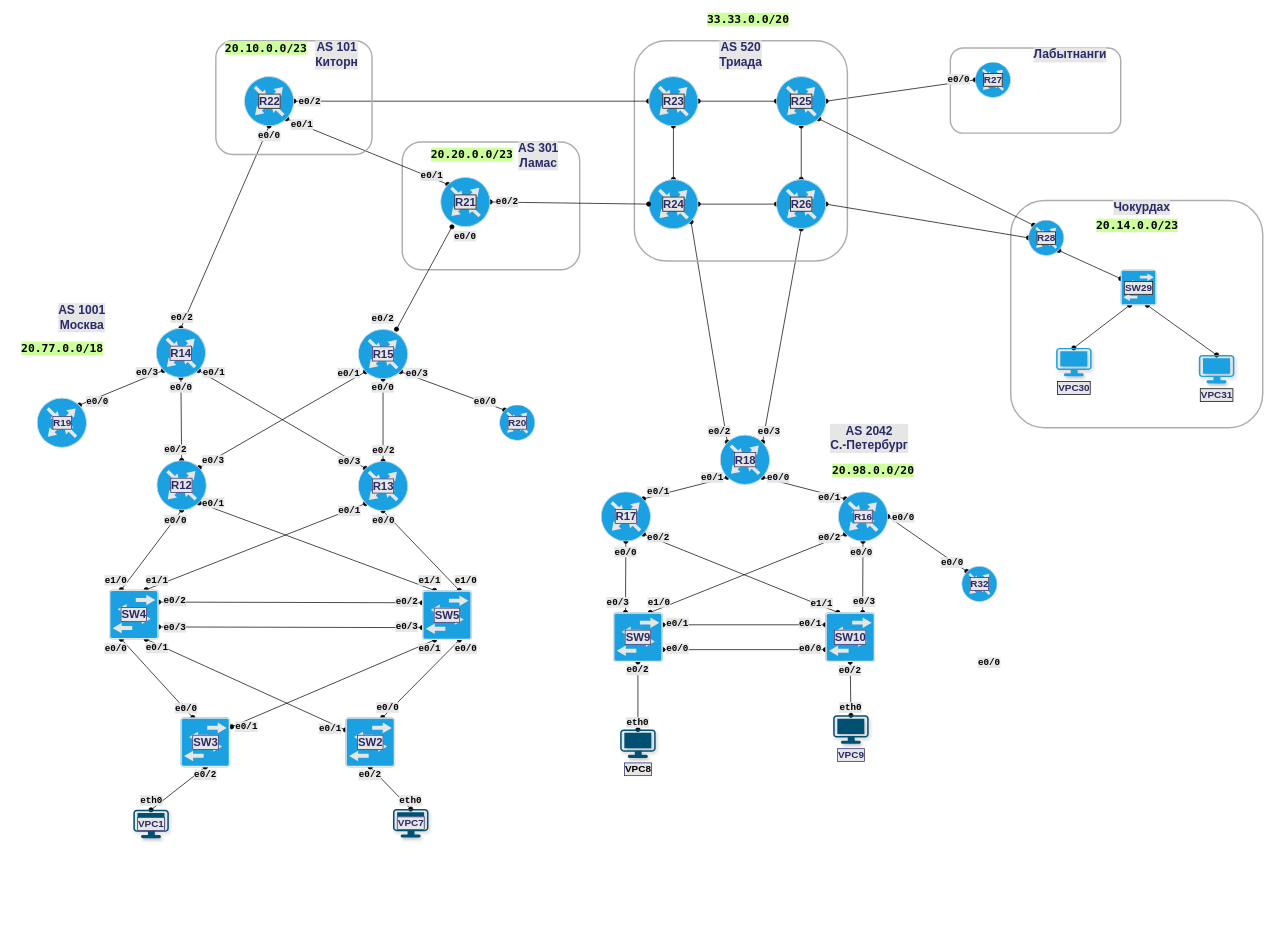
Above: Labworks/Lab_04/Labs_Network.drawio in lazarevia/NetEngineer (draw.io), before the change. Source tidied: cells renumbered, new cells numbered last; positions are measured from the earlier drawing's top-left corner, leaving out a move shared by most shapes. Both pictures are drawn from the tidied source at 71%, with x=0, y=0 at pixel (12, 12).
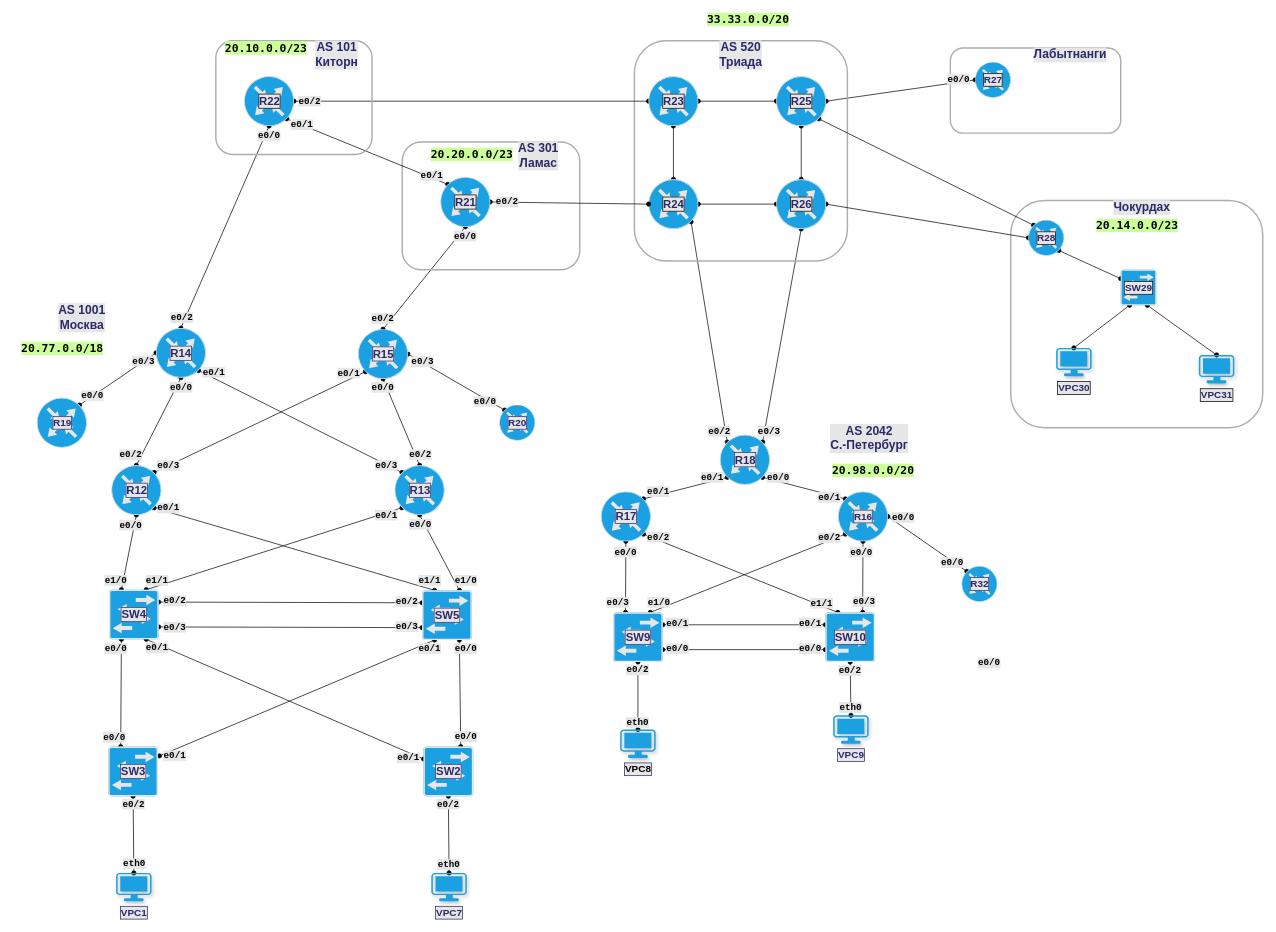
The same diagram, later.

Unchanged cells that the change refers to:
```xml
<mxCell id="65" style="group;" parent="1" vertex="1">
  <mxGeometry x="34.6" y="537.8" width="105" height="75" as="geometry" />
</mxCell>
<mxCell id="66" value="&lt;font style=&quot;font-size: 14px;&quot;&gt;&lt;b style=&quot;font-size: 14px;&quot;&gt;R19&lt;/b&gt;&lt;/font&gt;" style="points=[[0.5,0,0],[1,0.5,0],[0.5,1,0],[0,0.5,0],[0.145,0.145,0],[0.8555,0.145,0],[0.855,0.8555,0],[0.145,0.855,0]];verticalLabelPosition=middle;html=1;verticalAlign=middle;align=center;shape=mxgraph.cisco19.rect;prIcon=router;fillColor=#1ba1e2;strokeColor=#E6E6E6;labelBorderColor=#2A2A69;fontColor=#2A2A69;fontSize=14;labelBackgroundColor=#E6E6E6;labelPosition=center;" parent="65" vertex="1">
  <mxGeometry y="5" width="70" height="70" as="geometry" />
</mxCell>
<mxCell id="74" style="group;" parent="1" vertex="1">
  <mxGeometry x="454" y="421.2" width="136" height="116.5" as="geometry" />
</mxCell>
<mxCell id="79" value="&lt;font size=&quot;1&quot;&gt;&lt;b style=&quot;font-size: 16px&quot;&gt;R15&lt;/b&gt;&lt;/font&gt;" style="points=[[0.5,0,0],[1,0.5,0],[0.5,1,0],[0,0.5,0],[0.145,0.145,0],[0.8555,0.145,0],[0.855,0.8555,0],[0.145,0.855,0]];verticalLabelPosition=middle;html=1;verticalAlign=middle;align=center;shape=mxgraph.cisco19.rect;prIcon=router;fillColor=#1ba1e2;strokeColor=#E6E6E6;labelBorderColor=#2A2A69;fontColor=#2A2A69;fontSize=14;labelBackgroundColor=#E6E6E6;labelPosition=center;" parent="74" vertex="1">
  <mxGeometry x="33" y="25" width="70" height="70" as="geometry" />
</mxCell>
<mxCell id="80" style="group;" parent="1" vertex="1">
  <mxGeometry x="170.3" y="420" width="134" height="117.5" as="geometry" />
</mxCell>
<mxCell id="81" value="&lt;font size=&quot;1&quot;&gt;&lt;b style=&quot;font-size: 16px&quot;&gt;R14&lt;/b&gt;&lt;/font&gt;" style="points=[[0.5,0,0],[1,0.5,0],[0.5,1,0],[0,0.5,0],[0.145,0.145,0],[0.8555,0.145,0],[0.855,0.8555,0],[0.145,0.855,0]];verticalLabelPosition=middle;html=1;verticalAlign=middle;align=center;shape=mxgraph.cisco19.rect;prIcon=router;fillColor=#1ba1e2;strokeColor=#E6E6E6;labelBorderColor=#2A2A69;fontColor=#2A2A69;fontSize=14;labelBackgroundColor=#E6E6E6;labelPosition=center;" parent="80" vertex="1">
  <mxGeometry x="32" y="24.5" width="70" height="70" as="geometry" />
</mxCell>
<mxCell id="128" value="&lt;font style=&quot;font-size: 16px&quot;&gt;R21&lt;/font&gt;" style="points=[[0.5,0,0],[1,0.5,0],[0.5,1,0],[0,0.5,0],[0.145,0.145,0],[0.8555,0.145,0],[0.855,0.8555,0],[0.145,0.855,0]];verticalLabelPosition=middle;html=1;verticalAlign=middle;align=center;shape=mxgraph.cisco19.rect;prIcon=router;fillColor=#1ba1e2;strokeColor=#E6E6E6;fontSize=14;fontStyle=1;labelBorderColor=#000000;labelBackgroundColor=#E6E6E6;fontColor=#2A2A69;labelPosition=center;" parent="125" vertex="1">
  <mxGeometry x="32" y="12" width="70" height="70" as="geometry" />
</mxCell>
<mxCell id="147" value="&lt;font style=&quot;font-size: 14px;&quot;&gt;&lt;span style=&quot;font-size: 14px;&quot;&gt;R20&lt;/span&gt;&lt;/font&gt;" style="points=[[0.5,0,0],[1,0.5,0],[0.5,1,0],[0,0.5,0],[0.145,0.145,0],[0.8555,0.145,0],[0.855,0.8555,0],[0.145,0.855,0]];verticalLabelPosition=middle;html=1;verticalAlign=middle;align=center;shape=mxgraph.cisco19.rect;prIcon=router;fillColor=#1ba1e2;strokeColor=#E6E6E6;fontSize=14;fontStyle=1;labelBorderColor=#2A2A69;fontColor=#2A2A69;labelBackgroundColor=#E6E6E6;labelPosition=center;" parent="146" vertex="1">
  <mxGeometry x="40" y="15" width="50" height="50" as="geometry" />
</mxCell>
<mxCell id="174" style="group;" parent="1" vertex="1">
  <mxGeometry x="1156" y="969" width="50" height="61" as="geometry" />
</mxCell>
<mxCell id="177" style="group;" parent="1" vertex="1">
  <mxGeometry x="856" y="990" width="50" height="60" as="geometry" />
</mxCell>
```

What changed in the source:
```diff
@@
+    <mxCell id="25" style="edgeStyle=none;rounded=0;jettySize=auto;html=1;startArrow=oval;startFill=1;endArrow=oval;endFill=1;entryX=0.5;entryY=0;entryDx=0;entryDy=0;entryPerimeter=0;exitX=0.5;exitY=1;exitDx=0;exitDy=0;exitPerimeter=0;" parent="1" edge="1" source="128" target="79">
+      <mxGeometry relative="1" as="geometry" />
+    </mxCell>
@@
-    <mxCell id="15" style="edgeStyle=none;rounded=0;jettySize=auto;html=1;exitX=0.8555;exitY=0.145;exitDx=0;exitDy=0;exitPerimeter=0;startArrow=oval;startFill=1;endArrow=oval;endFill=1;entryX=0.145;entryY=0.855;entryDx=0;entryDy=0;entryPerimeter=0;labelBorderColor=#2A2A69;fontColor=#2A2A69;fontSize=14;" parent="1" edge="1" source="66" target="81">
+    <mxCell id="15" style="edgeStyle=none;rounded=0;jettySize=auto;html=1;exitX=0.8555;exitY=0.145;exitDx=0;exitDy=0;exitPerimeter=0;startArrow=oval;startFill=1;endArrow=oval;endFill=1;entryX=0;entryY=0.5;entryDx=0;entryDy=0;entryPerimeter=0;labelBorderColor=#2A2A69;fontColor=#2A2A69;fontSize=14;" parent="1" edge="1" source="66" target="81">
       <mxGeometry relative="1" as="geometry" />
     </mxCell>
@@
-    <mxCell id="25" style="edgeStyle=none;rounded=0;jettySize=auto;html=1;startArrow=oval;startFill=1;endArrow=oval;endFill=1;" parent="1" edge="1" source="128" target="79">
-      <mxGeometry relative="1" as="geometry" />
-    </mxCell>
@@
-    <mxCell id="35" style="edgeStyle=none;rounded=0;jettySize=auto;html=1;exitX=0.855;exitY=0.8555;exitDx=0;exitDy=0;exitPerimeter=0;entryX=0.145;entryY=0.145;entryDx=0;entryDy=0;entryPerimeter=0;startArrow=oval;startFill=1;endArrow=oval;endFill=1;fontSize=14;labelBorderColor=#2A2A69;fontColor=#2A2A69;" parent="1" edge="1" source="79" target="147">
+    <mxCell id="35" style="edgeStyle=none;rounded=0;jettySize=auto;html=1;exitX=1;exitY=0.5;exitDx=0;exitDy=0;exitPerimeter=0;entryX=0.145;entryY=0.145;entryDx=0;entryDy=0;entryPerimeter=0;startArrow=oval;startFill=1;endArrow=oval;endFill=1;fontSize=14;labelBorderColor=#2A2A69;fontColor=#2A2A69;" parent="1" edge="1" source="79" target="147">
       <mxGeometry relative="1" as="geometry" />
     </mxCell>
@@
     <mxCell id="67" value="e0/0" style="text;html=1;strokeColor=none;fillColor=none;align=center;verticalAlign=middle;whiteSpace=wrap;rounded=0;labelBackgroundColor=#E6E6E6;fontFamily=Courier New;fontSize=13;fontStyle=1;" parent="65" vertex="1">
-      <mxGeometry x="65" width="40" height="20" as="geometry" />
+      <mxGeometry x="58" y="-8" width="40" height="20" as="geometry" />
     </mxCell>
     <mxCell id="68" style="group;" parent="1" vertex="1">
-      <mxGeometry x="203.3" y="606" width="100" height="119" as="geometry" />
+      <mxGeometry x="139.6" y="612.8" width="100" height="119" as="geometry" />
     </mxCell>
@@
     <mxCell id="75" value="&lt;b&gt;e0/3&lt;/b&gt;" style="text;html=1;strokeColor=none;fillColor=none;align=center;verticalAlign=middle;whiteSpace=wrap;rounded=0;labelBackgroundColor=#E6E6E6;fontFamily=Courier New;fontSize=13;fontColor=#000000;rotation=0;" parent="74" vertex="1">
-      <mxGeometry x="96" y="77" width="40" height="20" as="geometry" />
+      <mxGeometry x="104" y="61" width="40" height="20" as="geometry" />
     </mxCell>
@@
     <mxCell id="84" value="e0/3" style="text;html=1;strokeColor=none;fillColor=none;align=center;verticalAlign=middle;whiteSpace=wrap;rounded=0;labelBackgroundColor=#E6E6E6;fontFamily=Courier New;fontSize=13;fontColor=#000000;fontStyle=1;" parent="80" vertex="1">
-      <mxGeometry y="76.5" width="40" height="20" as="geometry" />
+      <mxGeometry x="-5" y="60.5" width="40" height="20" as="geometry" />
     </mxCell>
@@
     <mxCell id="86" style="group;" parent="1" vertex="1">
-      <mxGeometry x="455" y="607" width="102" height="118" as="geometry" />
+      <mxGeometry x="506.5" y="612.8" width="102" height="118" as="geometry" />
     </mxCell>
@@
     <mxCell id="109" style="group;" parent="1" vertex="1">
-      <mxGeometry x="428" y="969" width="121" height="115" as="geometry" />
+      <mxGeometry x="538" y="1010" width="121" height="115" as="geometry" />
     </mxCell>
@@
     <mxCell id="114" style="group;" parent="1" vertex="1">
-      <mxGeometry x="225.3" y="970" width="125" height="114" as="geometry" />
+      <mxGeometry x="123.7" y="1011" width="125" height="114" as="geometry" />
     </mxCell>
@@
     <mxCell id="119" style="group;" parent="1" vertex="1">
-      <mxGeometry x="170.3" y="1100" width="50" height="63" as="geometry" />
+      <mxGeometry x="146" y="1189" width="50" height="63" as="geometry" />
     </mxCell>
-    <mxCell id="120" value="&lt;b&gt;VPC1&lt;/b&gt;" style="points=[[0.03,0.03,0],[0.5,0,0],[0.97,0.03,0],[1,0.4,0],[0.97,0.745,0],[0.5,1,0],[0.03,0.745,0],[0,0.4,0]];verticalLabelPosition=middle;html=1;verticalAlign=middle;align=center;shape=mxgraph.cisco19.workstation;fillColor=#005073;strokeColor=none;labelBorderColor=#2A2A69;fontColor=#2A2A69;fontSize=14;labelBackgroundColor=#E6E6E6;shadow=1;labelPosition=center;" parent="119" vertex="1">
+    <mxCell id="120" value="&lt;b&gt;VPC1&lt;/b&gt;" style="points=[[0.03,0.03,0],[0.5,0,0],[0.97,0.03,0],[1,0.4,0],[0.97,0.745,0],[0.5,1,0],[0.03,0.745,0],[0,0.4,0]];verticalLabelPosition=bottom;html=1;verticalAlign=top;align=center;shape=mxgraph.cisco19.workstation;strokeColor=none;labelBorderColor=#2A2A69;fontColor=#2A2A69;fontSize=14;labelBackgroundColor=#E6E6E6;shadow=1;labelPosition=center;fillColor=#1BA1E2;" parent="119" vertex="1">
       <mxGeometry y="23" width="50" height="40" as="geometry" />
     </mxCell>
@@
-    <mxCell id="122" style="group;" parent="1" vertex="1">
-      <mxGeometry x="536" y="1100" width="50" height="62" as="geometry" />
+    <mxCell id="122" style="group;labelPosition=center;verticalLabelPosition=bottom;align=center;verticalAlign=top;" parent="1" vertex="1">
+      <mxGeometry x="590" y="1190" width="50" height="62" as="geometry" />
     </mxCell>
-    <mxCell id="123" value="VPC7" style="points=[[0.03,0.03,0],[0.5,0,0],[0.97,0.03,0],[1,0.4,0],[0.97,0.745,0],[0.5,1,0],[0.03,0.745,0],[0,0.4,0]];verticalLabelPosition=middle;html=1;verticalAlign=middle;align=center;shape=mxgraph.cisco19.workstation;fillColor=#005073;strokeColor=none;labelBorderColor=#2A2A69;fontColor=#2A2A69;fontSize=14;labelBackgroundColor=#E6E6E6;shadow=1;fontStyle=1;labelPosition=center;" parent="122" vertex="1">
+    <mxCell id="123" value="VPC7" style="points=[[0.03,0.03,0],[0.5,0,0],[0.97,0.03,0],[1,0.4,0],[0.97,0.745,0],[0.5,1,0],[0.03,0.745,0],[0,0.4,0]];verticalLabelPosition=bottom;html=1;verticalAlign=top;align=center;shape=mxgraph.cisco19.workstation;strokeColor=none;labelBorderColor=#2A2A69;fontColor=#2A2A69;fontSize=14;labelBackgroundColor=#E6E6E6;shadow=1;fontStyle=1;labelPosition=center;fillColor=#1BA1E2;" parent="122" vertex="1">
       <mxGeometry y="22" width="50" height="40" as="geometry" />
     </mxCell>
@@
-    <mxCell id="175" value="VPC9" style="points=[[0.03,0.03,0],[0.5,0,0],[0.97,0.03,0],[1,0.4,0],[0.97,0.745,0],[0.5,1,0],[0.03,0.745,0],[0,0.4,0]];verticalLabelPosition=bottom;html=1;verticalAlign=top;align=center;shape=mxgraph.cisco19.workstation;fillColor=#005073;strokeColor=none;labelBorderColor=#2A2A69;fontSize=14;shadow=1;labelBackgroundColor=#E6E6E6;fontColor=#2A2A69;fontStyle=1;" parent="174" vertex="1">
+    <mxCell id="175" value="VPC9" style="points=[[0.03,0.03,0],[0.5,0,0],[0.97,0.03,0],[1,0.4,0],[0.97,0.745,0],[0.5,1,0],[0.03,0.745,0],[0,0.4,0]];verticalLabelPosition=bottom;html=1;verticalAlign=top;align=center;shape=mxgraph.cisco19.workstation;strokeColor=none;labelBorderColor=#2A2A69;fontSize=14;shadow=1;labelBackgroundColor=#E6E6E6;fontColor=#2A2A69;fontStyle=1;fillColor=#1BA1E2;" parent="174" vertex="1">
       <mxGeometry y="21" width="50" height="40" as="geometry" />
     </mxCell>
@@
-    <mxCell id="178" value="VPC8" style="points=[[0.03,0.03,0],[0.5,0,0],[0.97,0.03,0],[1,0.4,0],[0.97,0.745,0],[0.5,1,0],[0.03,0.745,0],[0,0.4,0]];verticalLabelPosition=bottom;html=1;verticalAlign=top;align=center;shape=mxgraph.cisco19.workstation;fillColor=#005073;strokeColor=none;labelBorderColor=#2A2A69;fontSize=14;shadow=1;fontStyle=1;labelBackgroundColor=#E6E6E6;" parent="177" vertex="1">
+    <mxCell id="178" value="VPC8" style="points=[[0.03,0.03,0],[0.5,0,0],[0.97,0.03,0],[1,0.4,0],[0.97,0.745,0],[0.5,1,0],[0.03,0.745,0],[0,0.4,0]];verticalLabelPosition=bottom;html=1;verticalAlign=top;align=center;shape=mxgraph.cisco19.workstation;strokeColor=none;labelBorderColor=#2A2A69;fontSize=14;shadow=1;fontStyle=1;labelBackgroundColor=#E6E6E6;fillColor=#1BA1E2;" parent="177" vertex="1">
       <mxGeometry y="20" width="50" height="40" as="geometry" />
     </mxCell>
```
